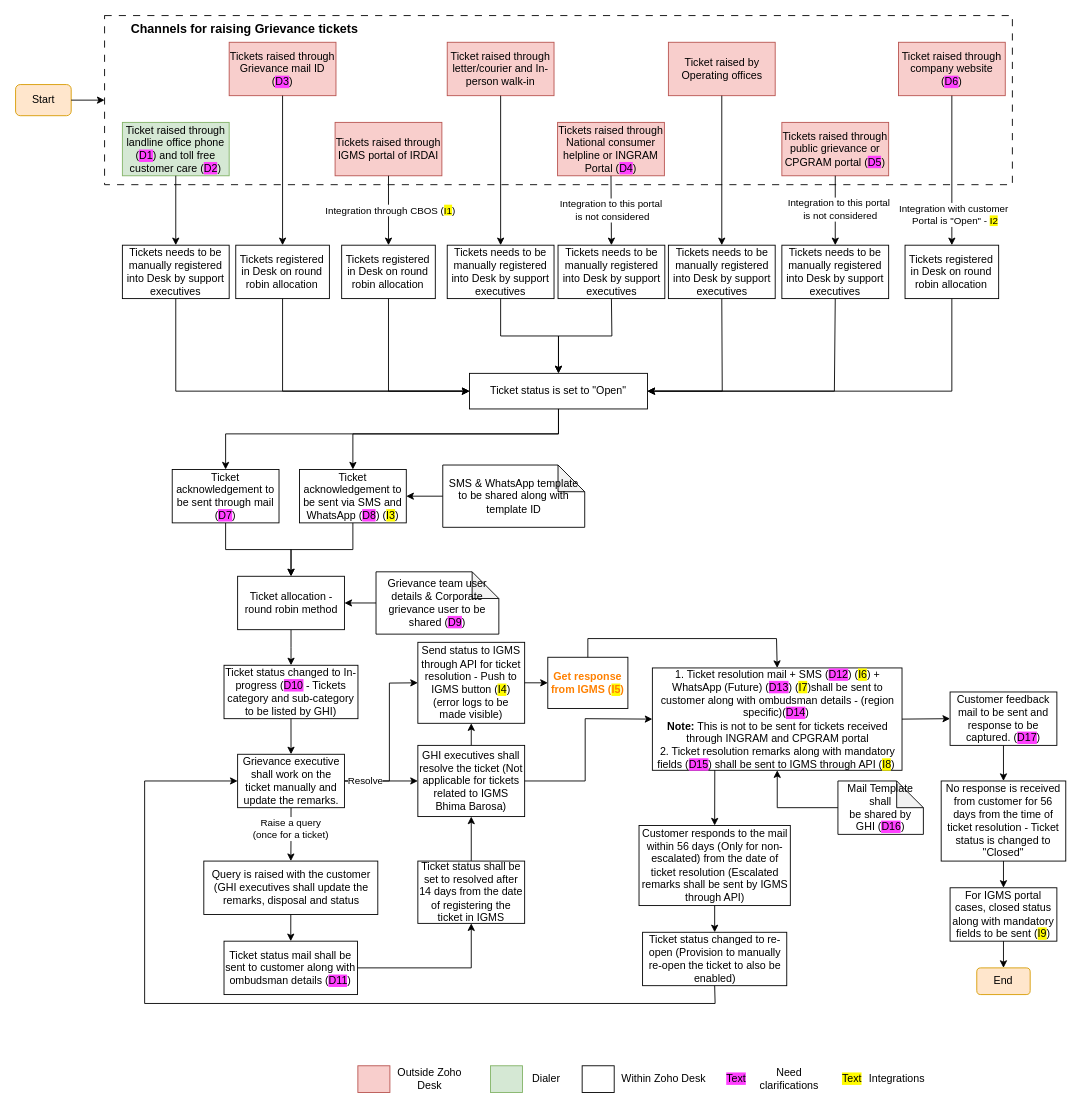
shaileshsreedar/Galaxy keeps this draw.io diagram as Grievance management.drawio. Above is the earlier version. Source tidied: cells renumbered, new cells numbered last; positions are measured from the earlier drawing's top-left corner, leaving out a move shared by most shapes. Both pictures are drawn from the tidied source at 89%, with x=0, y=0 at pixel (15, 15).
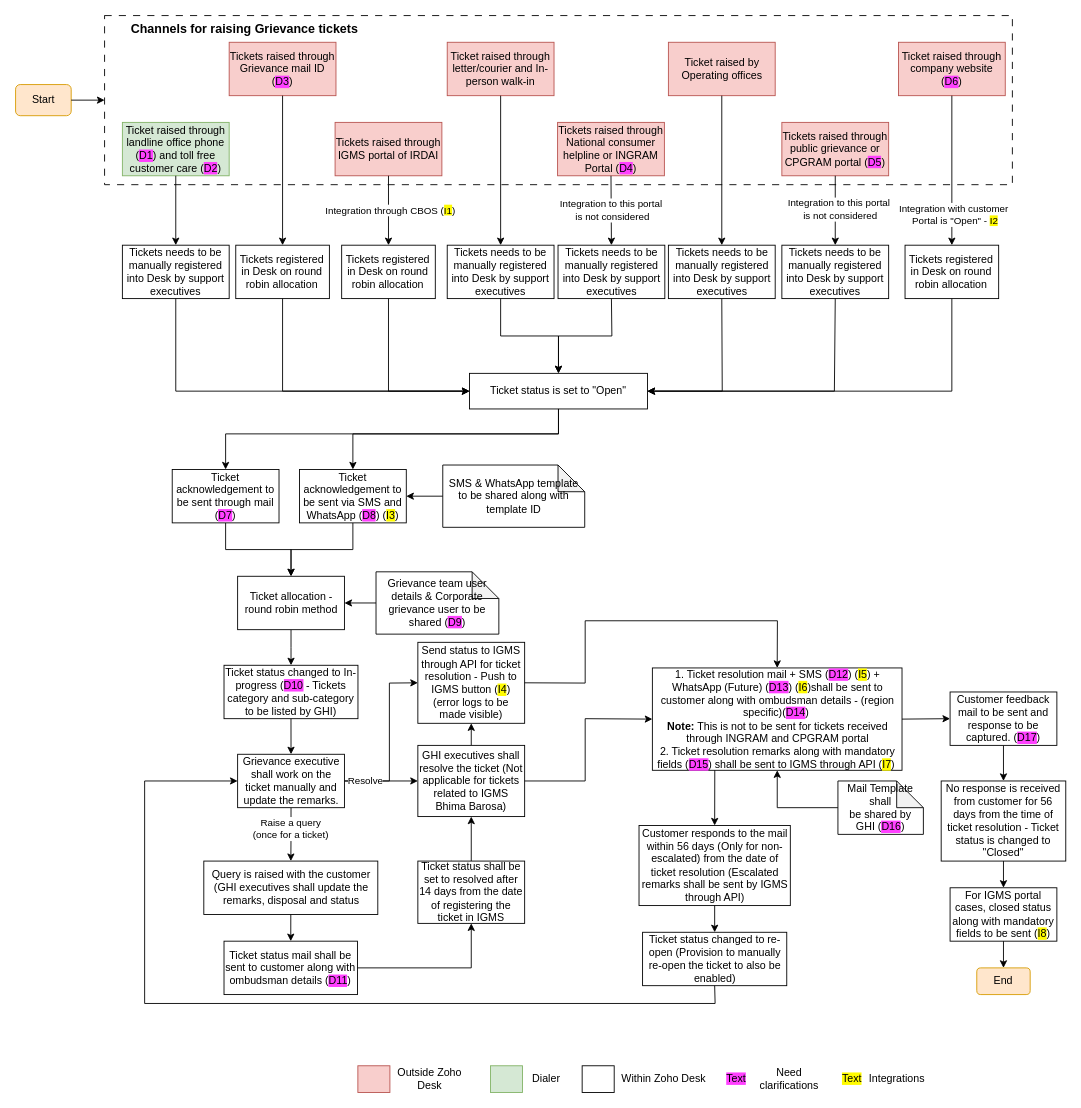
After the change.

The change refers to these unchanged cells:
```xml
<mxCell id="84" value="Send status to IGMS through API for ticket resolution - Push to IGMS button (&lt;span style=&quot;background-color: rgb(255, 251, 0);&quot;&gt;I4&lt;/span&gt;)&lt;div&gt;(error logs to be made visible)&lt;/div&gt;" style="rounded=0;whiteSpace=wrap;html=1;" parent="1" vertex="1">
  <mxGeometry x="452" y="704.2" width="120" height="91" as="geometry" />
</mxCell>
```

What changed in the source:
```diff
@@
-    <mxCell id="67" value="1. Ticket resolution mail + SMS (&lt;span style=&quot;background-color: rgb(255, 64, 255);&quot;&gt;D12&lt;/span&gt;) (&lt;span style=&quot;background-color: rgb(255, 251, 0);&quot;&gt;I6&lt;/span&gt;) + WhatsApp (Future) (&lt;span style=&quot;background-color: rgb(255, 64, 255);&quot;&gt;D13&lt;/span&gt;) (&lt;span style=&quot;background-color: rgb(255, 251, 0);&quot;&gt;I7&lt;/span&gt;)shall be sent to customer along with ombudsman details - (region specific)(&lt;span style=&quot;background-color: rgb(255, 64, 255);&quot;&gt;D14&lt;/span&gt;)&amp;nbsp;&lt;div&gt;&lt;b&gt;Note:&lt;/b&gt; This is not to be sent for tickets received through INGRAM and CPGRAM portal&lt;br&gt;&lt;div&gt;2. Ticket resolution remarks along with mandatory fields (&lt;span style=&quot;background-color: rgb(255, 64, 255);&quot;&gt;D15&lt;/span&gt;) shall be sent to IGMS through API (&lt;span style=&quot;background-color: rgb(255, 251, 0);&quot;&gt;I8&lt;/span&gt;)&amp;nbsp;&lt;br&gt;&lt;/div&gt;&lt;/div&gt;" style="rounded=0;whiteSpace=wrap;html=1;" parent="1" vertex="1">
+    <mxCell id="67" value="1. Ticket resolution mail + SMS (&lt;span style=&quot;background-color: rgb(255, 64, 255);&quot;&gt;D12&lt;/span&gt;) (&lt;span style=&quot;background-color: rgb(255, 251, 0);&quot;&gt;I5&lt;/span&gt;) + WhatsApp (Future) (&lt;span style=&quot;background-color: rgb(255, 64, 255);&quot;&gt;D13&lt;/span&gt;) (&lt;span style=&quot;background-color: rgb(255, 251, 0);&quot;&gt;I6&lt;/span&gt;)shall be sent to customer along with ombudsman details - (region specific)(&lt;span style=&quot;background-color: rgb(255, 64, 255);&quot;&gt;D14&lt;/span&gt;)&amp;nbsp;&lt;div&gt;&lt;b&gt;Note:&lt;/b&gt; This is not to be sent for tickets received through INGRAM and CPGRAM portal&lt;br&gt;&lt;div&gt;2. Ticket resolution remarks along with mandatory fields (&lt;span style=&quot;background-color: rgb(255, 64, 255);&quot;&gt;D15&lt;/span&gt;) shall be sent to IGMS through API (&lt;span style=&quot;background-color: rgb(255, 251, 0);&quot;&gt;I7&lt;/span&gt;)&amp;nbsp;&lt;br&gt;&lt;/div&gt;&lt;/div&gt;" style="rounded=0;whiteSpace=wrap;html=1;" parent="1" vertex="1">
       <mxGeometry x="715.5" y="733" width="280.5" height="115" as="geometry" />
     </mxCell>
@@
-    <mxCell id="85" value="&lt;b&gt;&lt;font style=&quot;color: rgb(255, 128, 0);&quot;&gt;Get response from IGMS (&lt;span style=&quot;background-color: rgb(255, 251, 0);&quot;&gt;I5&lt;/span&gt;)&lt;/font&gt;&lt;/b&gt;" style="rounded=0;whiteSpace=wrap;html=1;" parent="1" vertex="1">
-      <mxGeometry x="598" y="721" width="90" height="57.5" as="geometry" />
-    </mxCell>
@@
-    <mxCell id="88" style="endArrow=classic;html=1;rounded=0;exitX=0.5;exitY=0;exitDx=0;exitDy=0;entryX=0.5;entryY=0;entryDx=0;entryDy=0;" parent="1" edge="1" source="85" target="67">
-      <mxGeometry relative="1" as="geometry">
-        <Array as="points">
-          <mxPoint x="643" y="700" />
-          <mxPoint x="855" y="700" />
-        </Array>
-      </mxGeometry>
-    </mxCell>
-    <mxCell id="89" style="endArrow=classic;html=1;rounded=0;exitX=1;exitY=0.5;exitDx=0;exitDy=0;entryX=0;entryY=0.5;entryDx=0;entryDy=0;" parent="1" edge="1" source="84" target="85">
-      <mxGeometry relative="1" as="geometry" />
+    <mxCell id="89" style="endArrow=classic;html=1;rounded=0;exitX=1;exitY=0.5;exitDx=0;exitDy=0;entryX=0.5;entryY=0;entryDx=0;entryDy=0;" parent="1" edge="1" source="84" target="67">
+      <mxGeometry relative="1" as="geometry">
+        <Array as="points">
+          <mxPoint x="640" y="750" />
+          <mxPoint x="640" y="680" />
+          <mxPoint x="856" y="680" />
+        </Array>
+      </mxGeometry>
     </mxCell>
@@
-    <mxCell id="93" value="For IGMS portal cases, closed status along with mandatory fields to be sent (&lt;span style=&quot;background-color: rgb(255, 251, 0);&quot;&gt;I9&lt;/span&gt;)" style="rounded=0;whiteSpace=wrap;html=1;" parent="1" vertex="1">
+    <mxCell id="93" value="For IGMS portal cases, closed status along with mandatory fields to be sent (&lt;span style=&quot;background-color: rgb(255, 251, 0);&quot;&gt;I8&lt;/span&gt;)" style="rounded=0;whiteSpace=wrap;html=1;" parent="1" vertex="1">
       <mxGeometry x="1050" y="980" width="120" height="60" as="geometry" />
     </mxCell>
```
